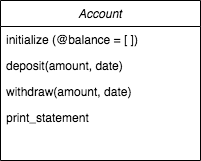
Earlier version of the draw.io export images/class_diagram.png (Dhara-95/bank_tech_test). Source tidied: cells renumbered, new cells last; positions are measured from the earlier drawing's top-left corner, leaving out a move shared by most shapes.
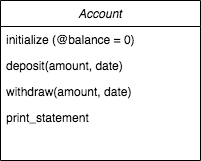
After the change.

Commit message:
Update class diagram in README

Diff of the diagram source:
```diff
@@ -5,7 +5,7 @@
     <mxCell id="2" value="Account" style="swimlane;fontStyle=2;align=center;verticalAlign=top;horizontal=1;startSize=26;rounded=0;shadow=0;strokeWidth=1;" parent="1" vertex="1">
       <mxGeometry width="200" height="160" as="geometry" />
     </mxCell>
-    <mxCell id="3" value="initialize (@balance = [ ])" style="text;align=left;verticalAlign=top;spacingLeft=4;spacingRight=4;overflow=hidden;rounded=0;shadow=0;html=0;" parent="2" vertex="1">
+    <mxCell id="3" value="initialize (@balance = 0)" style="text;align=left;verticalAlign=top;spacingLeft=4;spacingRight=4;overflow=hidden;rounded=0;shadow=0;html=0;" parent="2" vertex="1">
       <mxGeometry y="26" width="200" height="26" as="geometry" />
     </mxCell>
     <mxCell id="4" value="deposit(amount, date)" style="text;align=left;verticalAlign=top;spacingLeft=4;spacingRight=4;overflow=hidden;" parent="2" vertex="1">
```
